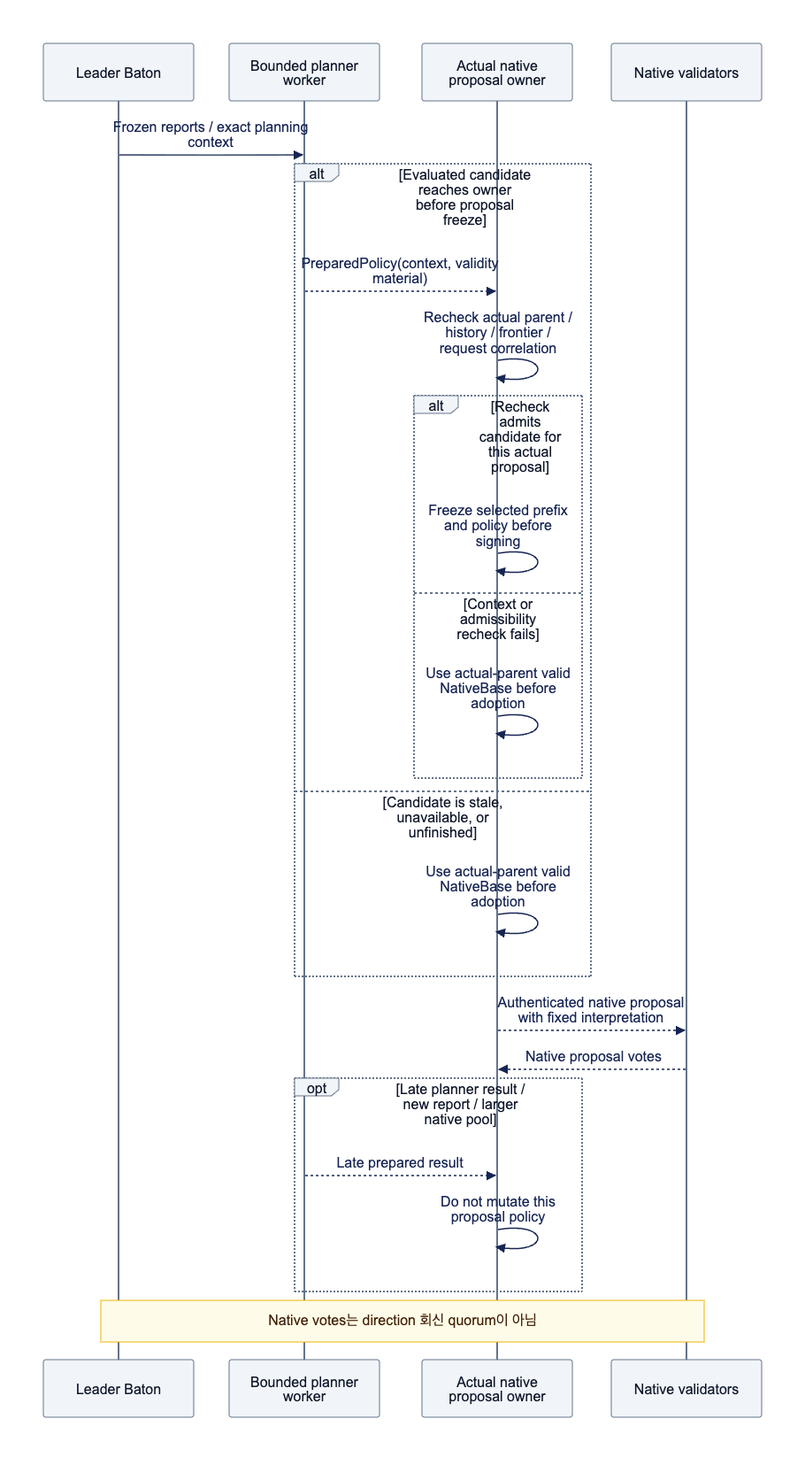
Above: assets/diagrams/diagram-12.png in djm07073/baton-research (Mermaid), before the change. Its source is kept beside it as assets/diagrams/diagram-12.mmd. Its diagram source:
```mermaid
sequenceDiagram
    participant L as Leader Baton
    participant P as Bounded planner worker
    participant N as Actual native proposal owner
    participant V as Native validators
    L->>P: Frozen reports / exact planning context
    alt Evaluated candidate reaches owner before proposal freeze
        P-->>N: PreparedPolicy(context, validity material)
        N->>N: Recheck actual parent / history / frontier / request correlation
        alt Recheck admits candidate for this actual proposal
            N->>N: Freeze selected prefix and policy before signing
        else Context or admissibility recheck fails
            N->>N: Use actual-parent valid NativeBase before adoption
        end
    else Candidate is stale, unavailable, or unfinished
        N->>N: Use actual-parent valid NativeBase before adoption
    end
    N-->>V: Authenticated native proposal with fixed interpretation
    V-->>N: Native proposal votes
    opt Late planner result / new report / larger native pool
        P-->>N: Late prepared result
        N->>N: Do not mutate this proposal policy
    end
    Note over L,V: Native votes는 direction 회신 quorum이 아님
```
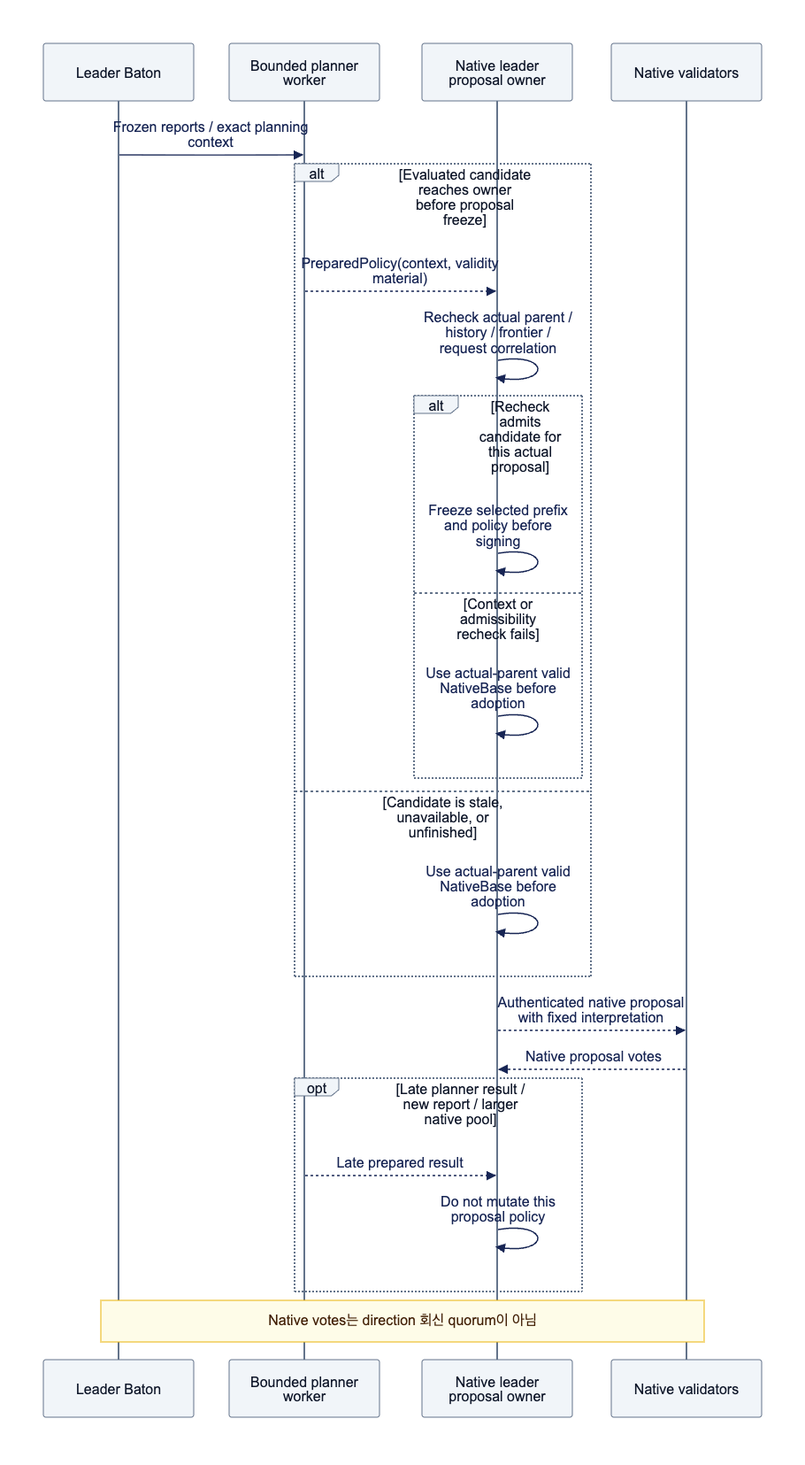
Later version of the same file.

What changed in the source:
```diff
@@ -1,7 +1,7 @@
 sequenceDiagram
     participant L as Leader Baton
     participant P as Bounded planner worker
-    participant N as Actual native proposal owner
+    participant N as Native leader proposal owner
     participant V as Native validators
     L->>P: Frozen reports / exact planning context
     alt Evaluated candidate reaches owner before proposal freeze
```
